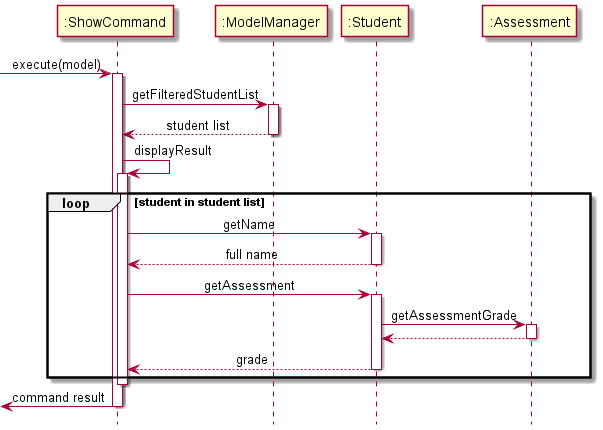
Before: docs/images/logic/commands/showcommand/ShowCommandSequenceDiagram.png, a diagram exported from PlantUML (nus-cs2103-AY2122S1/tp). The source it was exported from:
```plantuml
@startuml

hide footbox
skinparam sequenceMessageAlign center

[-> ":ShowCommand" ++ : execute(model)

":ShowCommand" -> ":ModelManager" ++ : getFilteredStudentList
":ShowCommand" <-- ":ModelManager" -- : student list

":ShowCommand" -> ":ShowCommand" ++ : displayResult

loop student in student list
	":ShowCommand" -> ":Student" ++ : getName
	":ShowCommand" <-- ":Student" -- : full name
	":ShowCommand" -> ":Student" ++ : getAssessment
	":Student" -> ":Assessment" ++ : getAssessmentGrade
	":Student" <-- ":Assessment" -- :
	":ShowCommand" <-- ":Student" -- : grade
end
deactivate ":ShowCommand"

[<- ":ShowCommand" -- : command result

@enduml
```
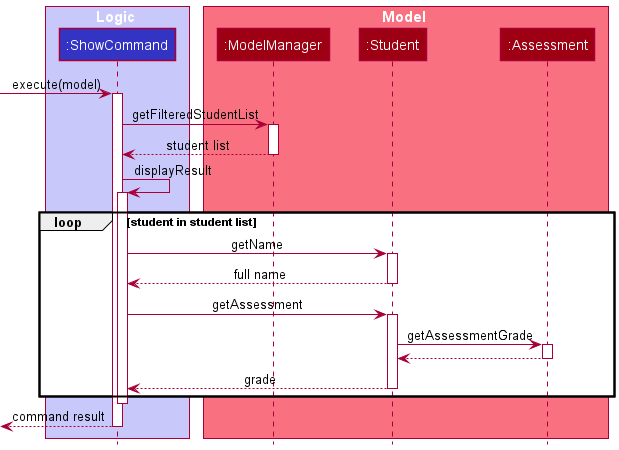
The same file after the commit.

Commit message:
Restructure DG, add GradeCommand and ShowCommand implementation

Change to the diagram source:
```diff
@@ -1,25 +1,33 @@
 @startuml
+!include ../../../style.puml
 
-hide footbox
-skinparam sequenceMessageAlign center
+box Logic LOGIC_COLOR_T1
+participant ":ShowCommand" as ShowCommand LOGIC_COLOR
+end box
 
-[-> ":ShowCommand" ++ : execute(model)
+box Model MODEL_COLOR_T1
+participant ":ModelManager" as ModelManager MODEL_COLOR
+participant ":Student" as Student MODEL_COLOR
+participant ":Assessment" as Assessment MODEL_COLOR
+end box
 
-":ShowCommand" -> ":ModelManager" ++ : getFilteredStudentList
-":ShowCommand" <-- ":ModelManager" -- : student list
+[-> ShowCommand ++ : execute(model)
 
-":ShowCommand" -> ":ShowCommand" ++ : displayResult
+ShowCommand -> ModelManager ++ : getFilteredStudentList
+ShowCommand <-- ModelManager -- : student list
+
+ShowCommand -> ShowCommand ++ : displayResult
 
 loop student in student list
-	":ShowCommand" -> ":Student" ++ : getName
-	":ShowCommand" <-- ":Student" -- : full name
-	":ShowCommand" -> ":Student" ++ : getAssessment
-	":Student" -> ":Assessment" ++ : getAssessmentGrade
-	":Student" <-- ":Assessment" -- :
-	":ShowCommand" <-- ":Student" -- : grade
+	ShowCommand -> Student ++ : getName
+	ShowCommand <-- Student -- : full name
+	ShowCommand -> Student ++ : getAssessment
+	Student -> Assessment ++ : getAssessmentGrade
+	Student <-- Assessment -- :
+	ShowCommand <-- Student -- : grade
 end
-deactivate ":ShowCommand"
+deactivate ShowCommand
 
-[<- ":ShowCommand" -- : command result
+[<-- ShowCommand -- : command result
 
 @enduml
```
